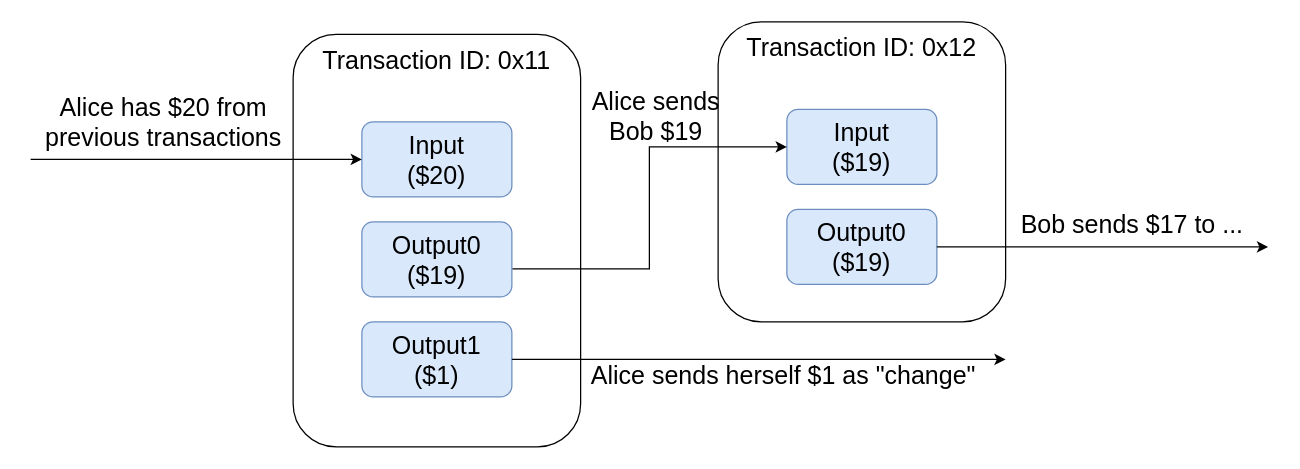
Above: 2_advancedDatabaseCoursePaper.drawio in lqmzx/git-demo (draw.io), before the change. Source tidied: cells renumbered, new cells numbered last; positions are measured from the earlier drawing's top-left corner, leaving out a move shared by most shapes. Both pictures are drawn from the tidied source at 125%, with x=0, y=0 at pixel (30, 21).
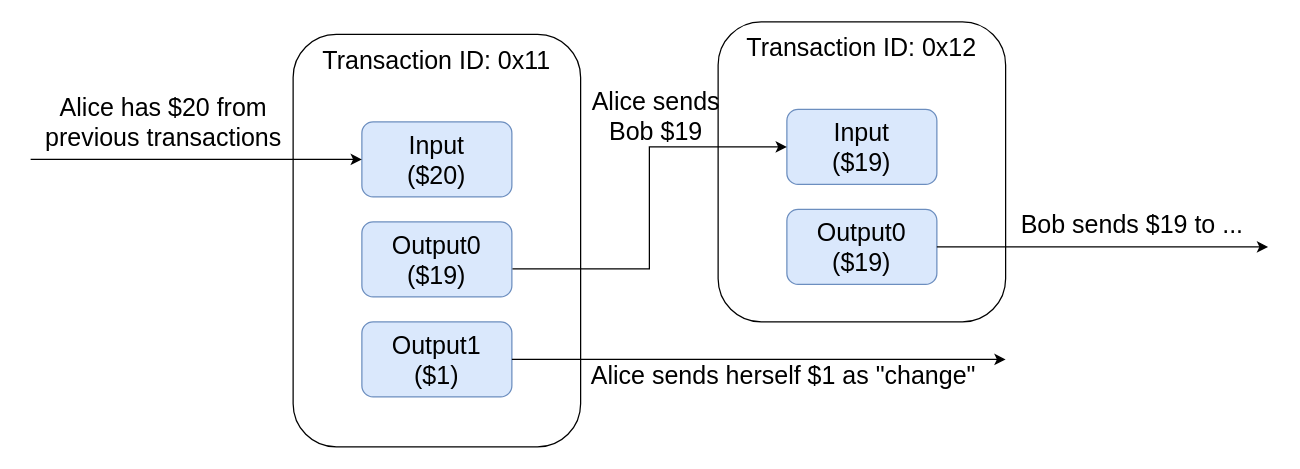
The same diagram, later.

What changed in the source:
```diff
@@
-    <mxCell id="18" value="Bob sends $17 to ..." style="text;html=1;align=center;verticalAlign=middle;strokeColor=none;fillColor=none;fontSize=20;" parent="1" vertex="1">
+    <mxCell id="18" value="Bob sends $19 to ..." style="text;html=1;align=center;verticalAlign=middle;strokeColor=none;fillColor=none;fontSize=20;" parent="1" vertex="1">
       <mxGeometry x="786" y="146" width="190" height="30" as="geometry" />
     </mxCell>
```
